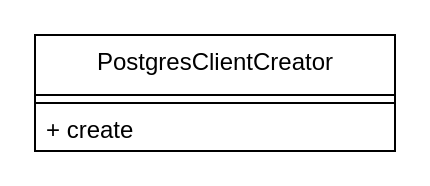
Above: page "PostgreSQLModule" (6 of 7) of project-designs/class-diagrams/ff14-sns.drawio in Mouwf/FF14SNS (draw.io), before the change. Source tidied: cells renumbered, new cells numbered last; positions are measured from the earlier drawing's top-left corner, leaving out a move shared by most shapes. Both pictures are drawn from the tidied source at 200%, with x=0, y=0 at pixel (34, 34).
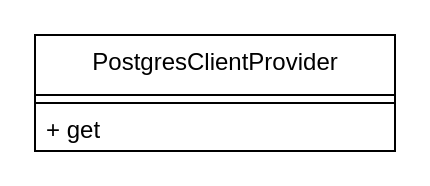
The same diagram, later.

Diff of the diagram source:
```diff
@@
 <mxGraphModel>
   <root>
     <mxCell id="0" />
     <mxCell id="1" parent="0" />
-    <mxCell id="2" value="PostgresClientCreator" style="swimlane;fontStyle=0;align=center;verticalAlign=top;horizontal=1;startSize=30;html=1;" parent="1" vertex="1">
+    <mxCell id="2" value="PostgresClientProvider" style="swimlane;fontStyle=0;align=center;verticalAlign=top;horizontal=1;startSize=30;html=1;" parent="1" vertex="1">
       <mxGeometry width="180" height="58" as="geometry" />
     </mxCell>
     <mxCell id="3" style="line;strokeWidth=1;fillColor=none;align=left;verticalAlign=middle;spacingTop=-1;spacingLeft=3;spacingRight=3;labelPosition=right;" parent="2" vertex="1">
       <mxGeometry y="30" width="180" height="8" as="geometry" />
     </mxCell>
-    <mxCell id="4" value="+ create" style="text;html=1;strokeColor=none;fillColor=none;align=left;verticalAlign=middle;spacingLeft=4;spacingRight=4;overflow=hidden;" parent="2" vertex="1">
+    <mxCell id="4" value="+ get" style="text;html=1;strokeColor=none;fillColor=none;align=left;verticalAlign=middle;spacingLeft=4;spacingRight=4;overflow=hidden;" parent="2" vertex="1">
       <mxGeometry y="38" width="180" height="20" as="geometry" />
     </mxCell>
   </root>
 </mxGraphModel>
```
